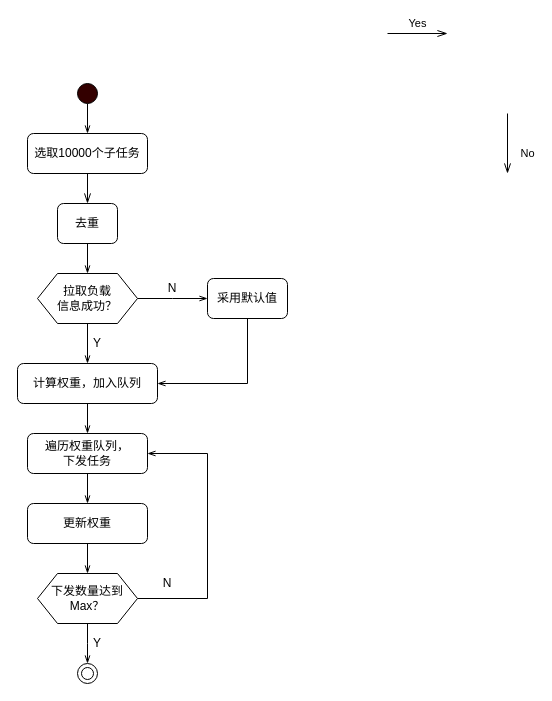
The draw.io diagram Untitled Diagram.drawio in darrenyan/mcp-, before the edit. Source tidied: cells renumbered, new cells numbered last; positions are measured from the earlier drawing's top-left corner, leaving out a move shared by most shapes. Both pictures are drawn from the tidied source at 100%, with x=0, y=0 at pixel (17, 33).
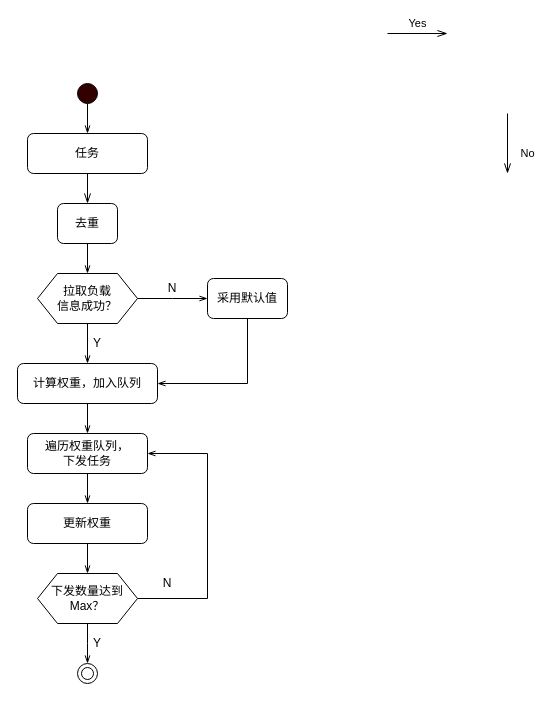
Above is the later version.

The edit, as a diff of the source:
```diff
@@
-    <mxCell id="3" value="选取10000个子任务" style="rounded=1;whiteSpace=wrap;html=1;fontSize=12;glass=0;strokeWidth=1;shadow=0;" parent="1" vertex="1">
+    <mxCell id="3" value="任务" style="rounded=1;whiteSpace=wrap;html=1;fontSize=12;glass=0;strokeWidth=1;shadow=0;" parent="1" vertex="1">
       <mxGeometry x="10" y="100" width="120" height="40" as="geometry" />
     </mxCell>
```
